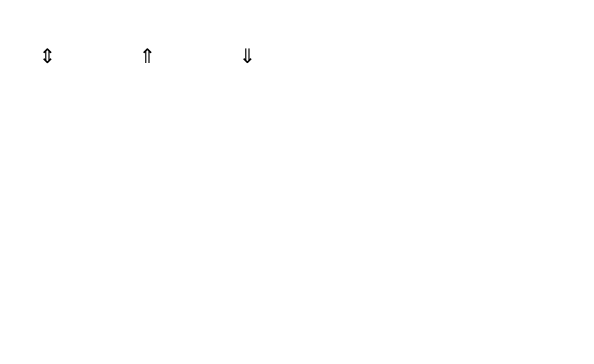
Before: doc/March C-.drawio in shanshan-lu/homwork, a draw.io diagram. Source tidied: cells renumbered, new cells numbered last; positions are measured from the earlier drawing's top-left corner, leaving out a move shared by most shapes. Both pictures are drawn from the tidied source at 100%, with x=0, y=0 at pixel (37, 37).
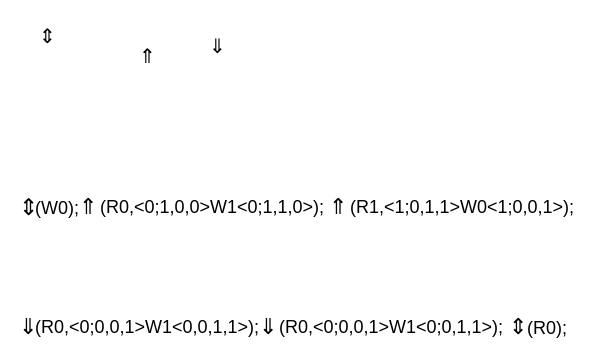
After the change.

The edit, as a diff of the source:
```diff
@@
 <mxGraphModel>
   <root>
     <mxCell id="0" />
     <mxCell id="1" parent="0" />
     <mxCell id="2" value="&lt;font style=&quot;font-size: 20px;&quot;&gt;⇕&lt;/font&gt;" style="text;whiteSpace=wrap;html=1;" parent="1" vertex="1">
-      <mxGeometry width="80" height="70" as="geometry" />
+      <mxGeometry y="-20" width="20" height="30" as="geometry" />
     </mxCell>
     <mxCell id="3" value="⇑" style="text;whiteSpace=wrap;html=1;fontSize=20;" parent="1" vertex="1">
       <mxGeometry x="100" width="50" height="50" as="geometry" />
     </mxCell>
-    <mxCell id="4" value="⇓" style="text;whiteSpace=wrap;html=1;fontSize=20;" parent="1" vertex="1">
-      <mxGeometry x="200" width="50" height="50" as="geometry" />
+    <mxCell id="4" value="&lt;font style=&quot;font-size: 22px;&quot;&gt;⇓&lt;/font&gt;" style="text;whiteSpace=wrap;html=1;fontSize=20;" parent="1" vertex="1">
+      <mxGeometry x="-20" y="270" width="20" height="40" as="geometry" />
     </mxCell>
+    <mxCell id="5" value="&lt;font style=&quot;font-size: 23px;&quot;&gt;⇕&lt;/font&gt;" style="text;whiteSpace=wrap;html=1;" parent="1" vertex="1">
+      <mxGeometry x="-20" y="150" width="20" height="40" as="geometry" />
+    </mxCell>
+    <mxCell id="6" value="&lt;font style=&quot;font-size: 18px;&quot;&gt;(W0);&lt;/font&gt;" style="text;html=1;strokeColor=none;fillColor=none;align=center;verticalAlign=middle;whiteSpace=wrap;rounded=0;fontSize=20;" parent="1" vertex="1">
+      <mxGeometry x="-10" y="150" width="60" height="40" as="geometry" />
+    </mxCell>
+    <mxCell id="7" value="&lt;font style=&quot;font-size: 22px;&quot;&gt;⇑&lt;/font&gt;" style="text;whiteSpace=wrap;html=1;fontSize=20;" parent="1" vertex="1">
+      <mxGeometry x="40" y="150" width="20" height="40" as="geometry" />
+    </mxCell>
+    <mxCell id="8" value="(R0,&amp;lt;0;1,0,0&amp;gt;W1&amp;lt;0;1,1,0&amp;gt;);" style="text;html=1;strokeColor=none;fillColor=none;align=center;verticalAlign=middle;whiteSpace=wrap;rounded=0;fontSize=18;" parent="1" vertex="1">
+      <mxGeometry x="60" y="150" width="230" height="40" as="geometry" />
+    </mxCell>
+    <mxCell id="9" value="⇓" style="text;whiteSpace=wrap;html=1;fontSize=20;" parent="1" vertex="1">
+      <mxGeometry x="170" y="-10" width="20" height="30" as="geometry" />
+    </mxCell>
+    <mxCell id="10" value="(R0,&amp;lt;0;0,0,1&amp;gt;W1&amp;lt;0,0,1,1&amp;gt;);" style="text;html=1;strokeColor=none;fillColor=none;align=center;verticalAlign=middle;whiteSpace=wrap;rounded=0;fontSize=18;" parent="1" vertex="1">
+      <mxGeometry x="-10" y="270" width="240" height="40" as="geometry" />
+    </mxCell>
+    <mxCell id="11" value="&lt;font style=&quot;font-size: 22px;&quot;&gt;⇑&lt;/font&gt;" style="text;whiteSpace=wrap;html=1;fontSize=20;" parent="1" vertex="1">
+      <mxGeometry x="290" y="150" width="20" height="40" as="geometry" />
+    </mxCell>
+    <mxCell id="12" value="(R1,&amp;lt;1;0,1,1&amp;gt;W0&amp;lt;1;0,0,1&amp;gt;);" style="text;html=1;strokeColor=none;fillColor=none;align=center;verticalAlign=middle;whiteSpace=wrap;rounded=0;fontSize=18;" parent="1" vertex="1">
+      <mxGeometry x="310" y="150" width="230" height="40" as="geometry" />
+    </mxCell>
+    <mxCell id="13" value="&lt;font style=&quot;font-size: 22px;&quot;&gt;⇓&lt;/font&gt;" style="text;whiteSpace=wrap;html=1;fontSize=20;" parent="1" vertex="1">
+      <mxGeometry x="220" y="270" width="20" height="40" as="geometry" />
+    </mxCell>
+    <mxCell id="14" value="(R0,&amp;lt;0;0,0,1&amp;gt;W1&amp;lt;0;0,1,1&amp;gt;);" style="text;html=1;strokeColor=none;fillColor=none;align=center;verticalAlign=middle;whiteSpace=wrap;rounded=0;fontSize=18;" parent="1" vertex="1">
+      <mxGeometry x="239" y="270" width="230" height="40" as="geometry" />
+    </mxCell>
+    <mxCell id="15" value="&lt;font style=&quot;font-size: 22px;&quot;&gt;⇕&lt;/font&gt;" style="text;whiteSpace=wrap;html=1;" parent="1" vertex="1">
+      <mxGeometry x="470" y="270" width="20" height="40" as="geometry" />
+    </mxCell>
+    <mxCell id="16" value="&lt;font style=&quot;font-size: 18px;&quot;&gt;(R0);&lt;/font&gt;" style="text;html=1;strokeColor=none;fillColor=none;align=center;verticalAlign=middle;whiteSpace=wrap;rounded=0;fontSize=20;" parent="1" vertex="1">
+      <mxGeometry x="480" y="270" width="60" height="40" as="geometry" />
+    </mxCell>
   </root>
 </mxGraphModel>
```
